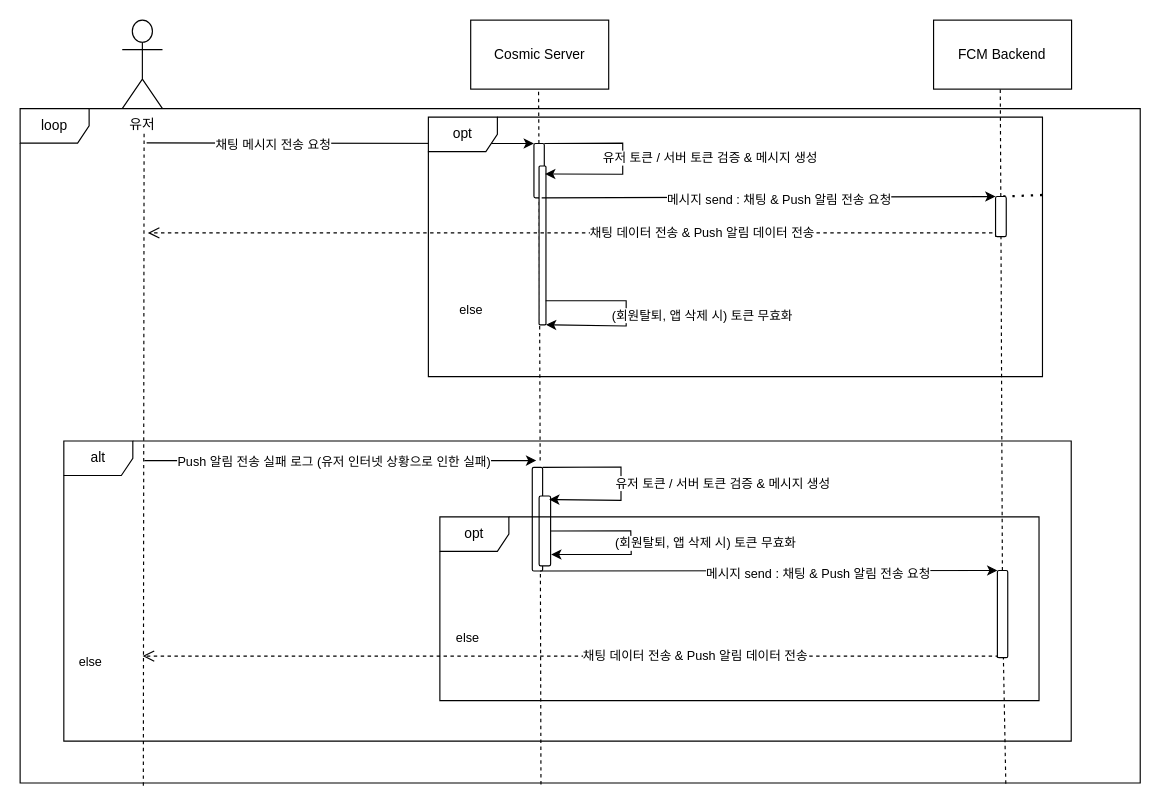
This is Fcm_Sequence_Diagram.drawio from spacedustz/Flow-Chart, a draw.io file, before an edit. Source tidied: cells renumbered, new cells numbered last; positions are measured from the earlier drawing's top-left corner, leaving out a move shared by most shapes. Both pictures are drawn from the tidied source at 115%, with x=0, y=0 at pixel (20, 20).
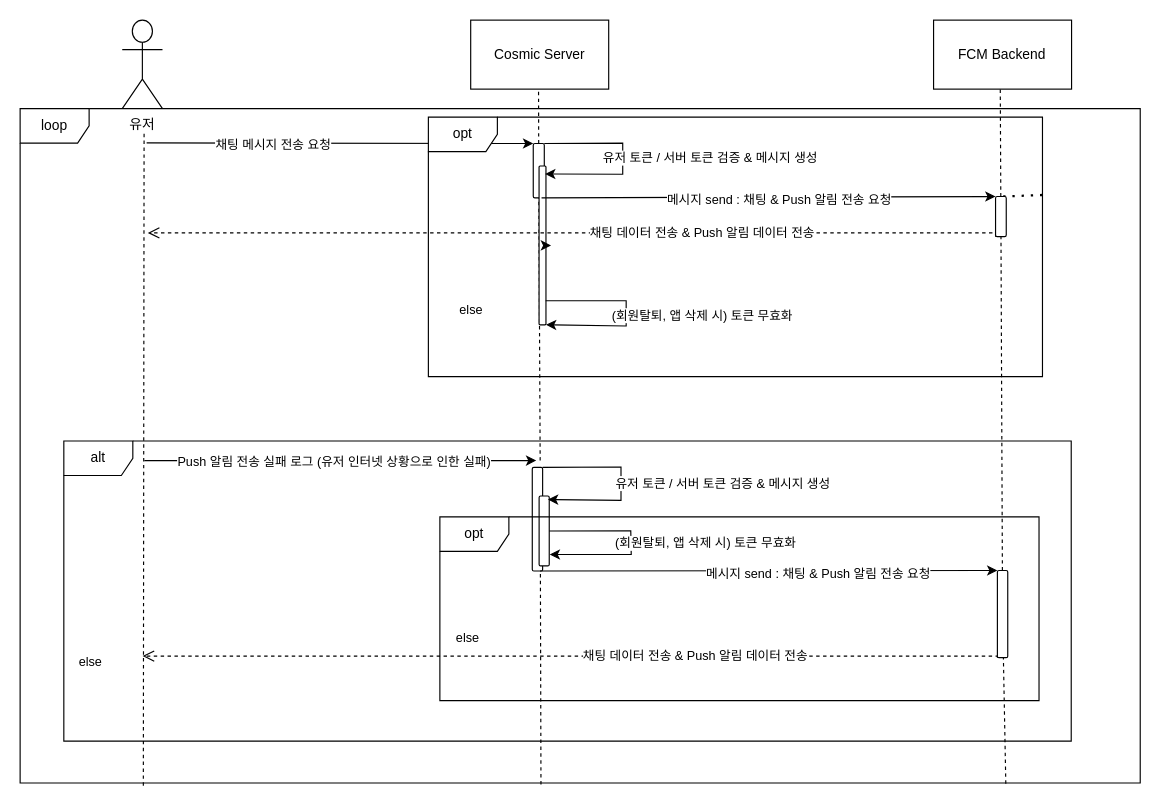
Above is the later version.

Commit message:
Update Fcm_Sequence_Diagram

Unchanged cells that the change refers to:
```xml
<mxCell id="12" style="rounded=1;whiteSpace=wrap;html=1;rotation=90;" parent="1" vertex="1">
  <mxGeometry x="385.2" y="192.9" width="138.1" height="6" as="geometry" />
</mxCell>
```

Diff of the diagram source:
```diff
@@
     <mxCell id="11" style="rounded=1;whiteSpace=wrap;html=1;rotation=90;" parent="1" vertex="1">
-      <mxGeometry x="427.7" y="126.4" width="47.2" height="9" as="geometry" />
+      <mxGeometry x="427.4" y="126.1" width="47.2" height="9.6" as="geometry" />
     </mxCell>
@@
     <mxCell id="30" style="rounded=1;whiteSpace=wrap;html=1;rotation=90;" parent="1" vertex="1">
-      <mxGeometry x="425.9" y="439.2" width="60.8" height="10" as="geometry" />
+      <mxGeometry x="425.3" y="439.8" width="60.8" height="8.8" as="geometry" />
     </mxCell>
@@
+    <mxCell id="44" style="edgeStyle=orthogonalEdgeStyle;rounded=0;orthogonalLoop=1;jettySize=auto;html=1;exitX=0.5;exitY=0;exitDx=0;exitDy=0;entryX=0.495;entryY=-0.739;entryDx=0;entryDy=0;entryPerimeter=0;" parent="1" edge="1" source="12" target="12">
+      <mxGeometry relative="1" as="geometry" />
+    </mxCell>
```
